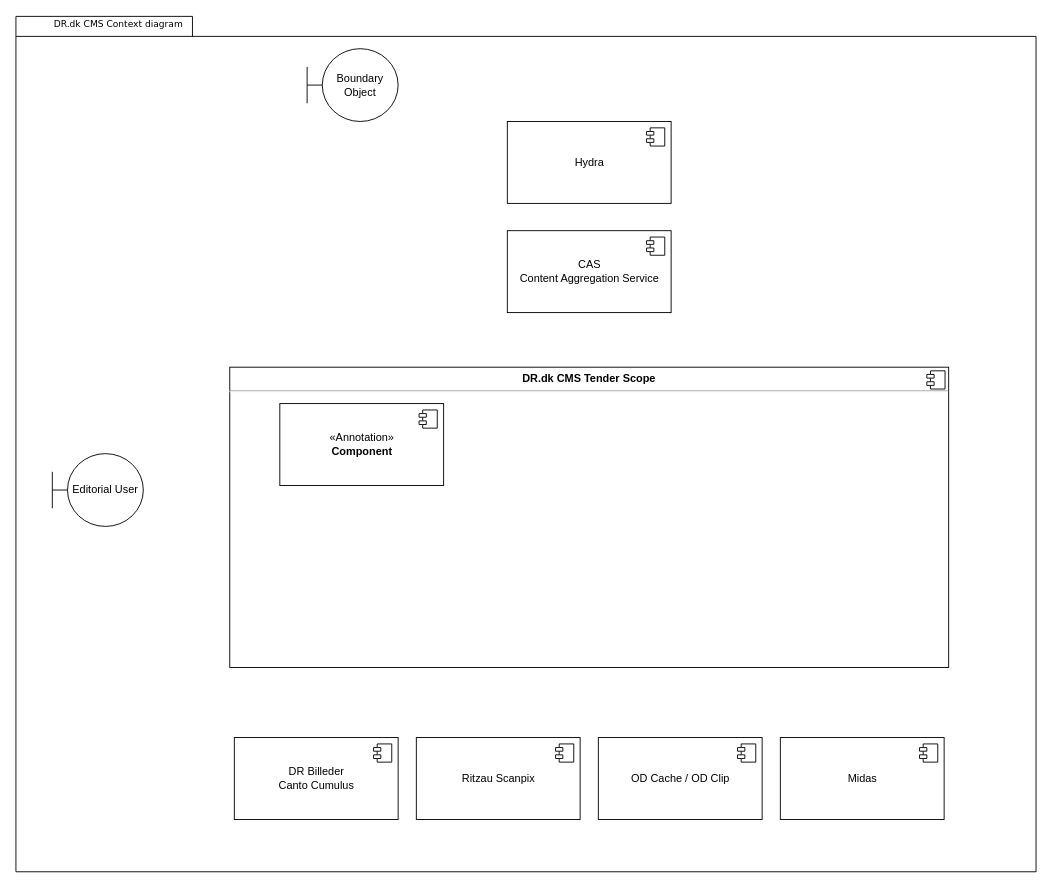
Earlier version of the draw.io diagram draw-io/CMS and related components.drawio (drdkjtop/arkitektur). Source tidied: cells renumbered, new cells numbered last; positions are measured from the earlier drawing's top-left corner, leaving out a move shared by most shapes. Both pictures are drawn from the tidied source at 91%, with x=0, y=0 at pixel (15, 15).
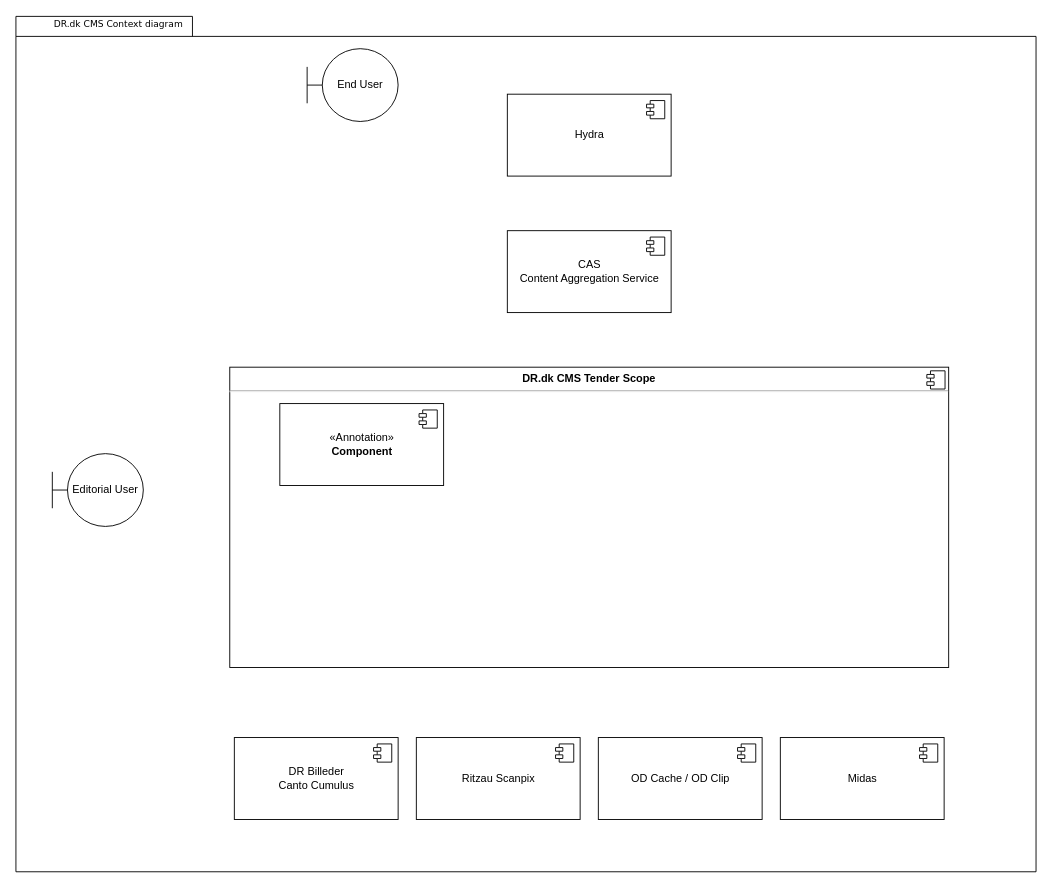
Above is the later version.

Change to the diagram source:
```diff
@@
     <mxCell id="20" value="Hydra" style="html=1;" parent="1" vertex="1">
-      <mxGeometry x="540" y="116" width="180" height="90" as="geometry" />
+      <mxGeometry x="540" y="86" width="180" height="90" as="geometry" />
     </mxCell>
@@
-    <mxCell id="22" value="Boundary Object" style="shape=umlBoundary;whiteSpace=wrap;html=1;" parent="1" vertex="1">
+    <mxCell id="22" value="End User" style="shape=umlBoundary;whiteSpace=wrap;html=1;" parent="1" vertex="1">
       <mxGeometry x="320" y="36" width="100" height="80" as="geometry" />
     </mxCell>
```
